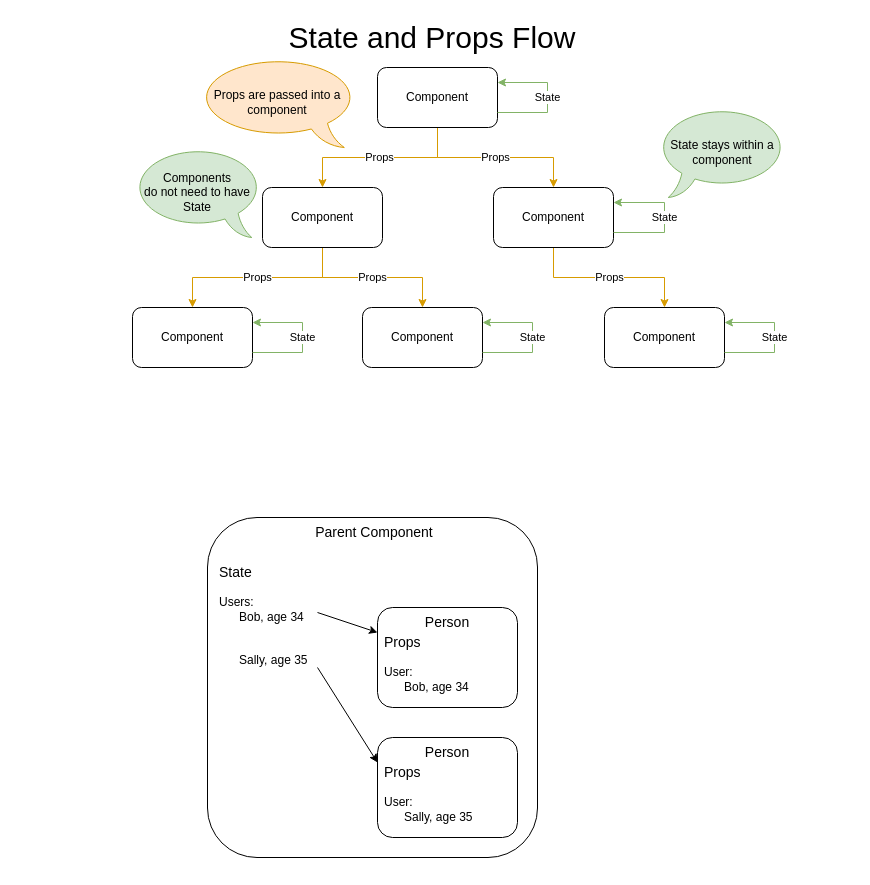
pgeeh/first-to-react keeps this draw.io diagram as page "Components" (1 of 2) of diagrams/diagrams.drawio. Above is the earlier version. Source tidied: cells renumbered, new cells numbered last; positions are measured from the earlier drawing's top-left corner, leaving out a move shared by most shapes. Both pictures are drawn from the tidied source at 100%, with x=0, y=0 at pixel (132, 17).
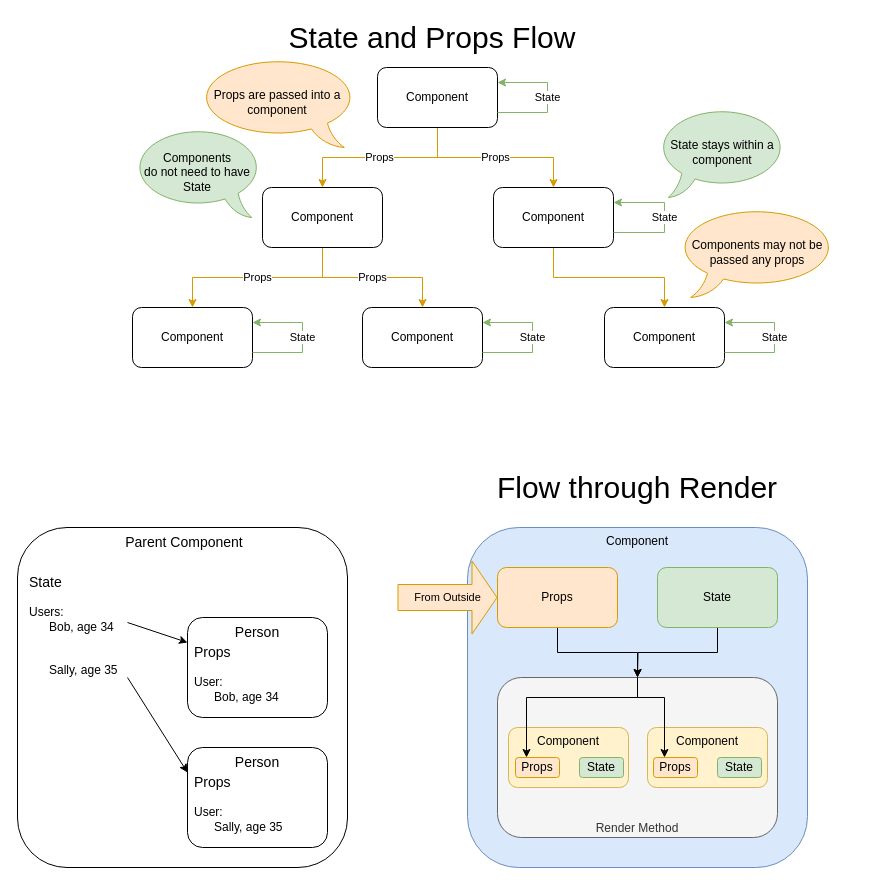
The same page after the edit.

The change refers to these unchanged cells:
```xml
<mxCell id="6" value="Component" style="rounded=1;whiteSpace=wrap;html=1;" parent="1" vertex="1">
  <mxGeometry x="361" y="170" width="120" height="60" as="geometry" />
</mxCell>
<mxCell id="11" value="Component" style="rounded=1;whiteSpace=wrap;html=1;" parent="1" vertex="1">
  <mxGeometry x="472" y="290" width="120" height="60" as="geometry" />
</mxCell>
```

What changed in the source:
```diff
@@
-    <mxCell id="5" value="Props" style="edgeStyle=orthogonalEdgeStyle;rounded=0;jettySize=auto;html=1;fillColor=#ffe6cc;strokeColor=#d79b00;" parent="1" edge="1" source="6" target="11">
+    <mxCell id="5" style="edgeStyle=orthogonalEdgeStyle;rounded=0;jettySize=auto;html=1;fillColor=#ffe6cc;strokeColor=#d79b00;" parent="1" edge="1" source="6" target="11">
       <mxGeometry relative="1" as="geometry" />
     </mxCell>
@@
     <mxCell id="21" value="&amp;nbsp;Parent Component" style="rounded=1;whiteSpace=wrap;html=1;verticalAlign=top;fontSize=14;" parent="1" vertex="1">
-      <mxGeometry x="75" y="500" width="330" height="340" as="geometry" />
+      <mxGeometry x="-115" y="510" width="330" height="340" as="geometry" />
     </mxCell>
     <mxCell id="22" value="Person" style="rounded=1;whiteSpace=wrap;html=1;verticalAlign=top;fontSize=14;" parent="1" vertex="1">
-      <mxGeometry x="245" y="590" width="140" height="100" as="geometry" />
+      <mxGeometry x="55" y="600" width="140" height="100" as="geometry" />
     </mxCell>
     <mxCell id="23" value="&lt;font style=&quot;font-size: 14px&quot;&gt;State&lt;/font&gt;&lt;br&gt;&lt;br&gt;Users:&amp;nbsp;&lt;br&gt;&amp;nbsp; &amp;nbsp; &amp;nbsp; Bob, age 34&lt;br&gt;&lt;br&gt;&lt;br&gt;&amp;nbsp; &amp;nbsp; &amp;nbsp; Sally, age 35" style="text;html=1;strokeColor=none;fillColor=none;align=left;verticalAlign=top;whiteSpace=wrap;rounded=0;" parent="1" vertex="1">
-      <mxGeometry x="85" y="540" width="100" height="110" as="geometry" />
+      <mxGeometry x="-105" y="550" width="100" height="110" as="geometry" />
     </mxCell>
     <mxCell id="24" value="Person" style="rounded=1;whiteSpace=wrap;html=1;verticalAlign=top;fontSize=14;" parent="1" vertex="1">
-      <mxGeometry x="245" y="720" width="140" height="100" as="geometry" />
+      <mxGeometry x="55" y="730" width="140" height="100" as="geometry" />
     </mxCell>
@@
     <mxCell id="27" value="&lt;font style=&quot;font-size: 14px&quot;&gt;Props&lt;/font&gt;&lt;br&gt;&lt;br&gt;User:&amp;nbsp;&lt;br&gt;&amp;nbsp; &amp;nbsp; &amp;nbsp; Bob, age 34" style="text;html=1;strokeColor=none;fillColor=none;align=left;verticalAlign=top;whiteSpace=wrap;rounded=0;" parent="1" vertex="1">
-      <mxGeometry x="250" y="610" width="100" height="70" as="geometry" />
+      <mxGeometry x="60" y="620" width="100" height="70" as="geometry" />
     </mxCell>
     <mxCell id="28" value="&lt;font style=&quot;font-size: 14px&quot;&gt;Props&lt;/font&gt;&lt;br&gt;&lt;br&gt;User:&amp;nbsp;&lt;br&gt;&amp;nbsp; &amp;nbsp; &amp;nbsp; Sally, age 35" style="text;html=1;strokeColor=none;fillColor=none;align=left;verticalAlign=top;whiteSpace=wrap;rounded=0;" parent="1" vertex="1">
-      <mxGeometry x="250" y="740" width="100" height="70" as="geometry" />
+      <mxGeometry x="60" y="750" width="100" height="70" as="geometry" />
     </mxCell>
     <mxCell id="29" value="Components &lt;br&gt;do not need to have State" style="whiteSpace=wrap;html=1;shape=mxgraph.basic.oval_callout;fillColor=#d5e8d4;strokeColor=#82b366;flipH=1;" parent="1" vertex="1">
-      <mxGeometry y="130" width="130" height="90" as="geometry" />
+      <mxGeometry y="110" width="130" height="90" as="geometry" />
     </mxCell>
+    <mxCell id="30" value="Components may not be passed any props" style="whiteSpace=wrap;html=1;shape=mxgraph.basic.oval_callout;flipH=0;fillColor=#ffe6cc;strokeColor=#d79b00;" parent="1" vertex="1">
+      <mxGeometry x="545" y="190" width="160" height="90" as="geometry" />
+    </mxCell>
+    <mxCell id="31" value="Component" style="rounded=1;whiteSpace=wrap;html=1;verticalAlign=top;fillColor=#dae8fc;strokeColor=#6c8ebf;" parent="1" vertex="1">
+      <mxGeometry x="335" y="510" width="340" height="340" as="geometry" />
+    </mxCell>
+    <mxCell id="32" style="edgeStyle=orthogonalEdgeStyle;rounded=0;jettySize=auto;html=1;entryX=0.5;entryY=0;entryDx=0;entryDy=0;" parent="1" edge="1" source="33" target="37">
+      <mxGeometry relative="1" as="geometry" />
+    </mxCell>
+    <mxCell id="33" value="Props" style="rounded=1;whiteSpace=wrap;html=1;fillColor=#ffe6cc;strokeColor=#d79b00;" parent="1" vertex="1">
+      <mxGeometry x="365" y="550" width="120" height="60" as="geometry" />
+    </mxCell>
+    <mxCell id="34" value="From Outside" style="shape=flexArrow;endArrow=classic;html=1;entryX=0;entryY=0.5;entryDx=0;entryDy=0;endWidth=46;endSize=8;width=26;fillColor=#ffe6cc;strokeColor=#d79b00;labelBackgroundColor=none;" parent="1" edge="1" target="33">
+      <mxGeometry relative="1" as="geometry">
+        <mxPoint x="265" y="580" as="sourcePoint" />
+      </mxGeometry>
+    </mxCell>
+    <mxCell id="35" style="edgeStyle=orthogonalEdgeStyle;rounded=0;jettySize=auto;html=1;exitX=0.5;exitY=1;exitDx=0;exitDy=0;" parent="1" edge="1" source="36">
+      <mxGeometry relative="1" as="geometry">
+        <mxPoint x="505" y="660" as="targetPoint" />
+      </mxGeometry>
+    </mxCell>
+    <mxCell id="36" value="State" style="rounded=1;whiteSpace=wrap;html=1;fillColor=#d5e8d4;strokeColor=#82b366;" parent="1" vertex="1">
+      <mxGeometry x="525" y="550" width="120" height="60" as="geometry" />
+    </mxCell>
+    <mxCell id="37" value="Render Method" style="rounded=1;whiteSpace=wrap;html=1;verticalAlign=bottom;fillColor=#f5f5f5;strokeColor=#666666;fontColor=#333333;align=center;" parent="1" vertex="1">
+      <mxGeometry x="365" y="660" width="280" height="160" as="geometry" />
+    </mxCell>
+    <mxCell id="38" value="Component" style="rounded=1;whiteSpace=wrap;html=1;verticalAlign=top;fillColor=#fff2cc;strokeColor=#d6b656;" parent="1" vertex="1">
+      <mxGeometry x="515" y="710" width="120" height="60" as="geometry" />
+    </mxCell>
+    <mxCell id="39" value="Props" style="rounded=1;whiteSpace=wrap;html=1;fillColor=#ffe6cc;strokeColor=#d79b00;" parent="1" vertex="1">
+      <mxGeometry x="521" y="740" width="44" height="20" as="geometry" />
+    </mxCell>
+    <mxCell id="40" value="State" style="rounded=1;whiteSpace=wrap;html=1;fillColor=#d5e8d4;strokeColor=#82b366;" parent="1" vertex="1">
+      <mxGeometry x="585" y="740" width="44" height="20" as="geometry" />
+    </mxCell>
+    <mxCell id="41" value="Component" style="rounded=1;whiteSpace=wrap;html=1;verticalAlign=top;fillColor=#fff2cc;strokeColor=#d6b656;" parent="1" vertex="1">
+      <mxGeometry x="376" y="710" width="120" height="60" as="geometry" />
+    </mxCell>
+    <mxCell id="42" value="Props" style="rounded=1;whiteSpace=wrap;html=1;fillColor=#ffe6cc;strokeColor=#d79b00;" parent="1" vertex="1">
+      <mxGeometry x="383" y="740" width="44" height="20" as="geometry" />
+    </mxCell>
+    <mxCell id="43" value="State" style="rounded=1;whiteSpace=wrap;html=1;fillColor=#d5e8d4;strokeColor=#82b366;" parent="1" vertex="1">
+      <mxGeometry x="447" y="740" width="44" height="20" as="geometry" />
+    </mxCell>
+    <mxCell id="44" style="edgeStyle=orthogonalEdgeStyle;rounded=0;jettySize=auto;html=1;exitX=0.5;exitY=0;exitDx=0;exitDy=0;entryX=0.25;entryY=0;entryDx=0;entryDy=0;labelBackgroundColor=none;" parent="1" edge="1" source="37" target="42">
+      <mxGeometry relative="1" as="geometry">
+        <Array as="points">
+          <mxPoint x="505" y="680" />
+          <mxPoint x="394" y="680" />
+        </Array>
+      </mxGeometry>
+    </mxCell>
+    <mxCell id="45" style="edgeStyle=orthogonalEdgeStyle;rounded=0;jettySize=auto;html=1;exitX=0.5;exitY=0;exitDx=0;exitDy=0;entryX=0.25;entryY=0;entryDx=0;entryDy=0;labelBackgroundColor=none;" parent="1" edge="1" source="37" target="39">
+      <mxGeometry relative="1" as="geometry">
+        <Array as="points">
+          <mxPoint x="505" y="680" />
+          <mxPoint x="532" y="680" />
+        </Array>
+      </mxGeometry>
+    </mxCell>
+    <mxCell id="46" value="Flow through Render" style="text;html=1;strokeColor=none;fillColor=none;align=center;verticalAlign=middle;whiteSpace=wrap;rounded=0;fontSize=30;" parent="1" vertex="1">
+      <mxGeometry x="290" y="450" width="430" height="40" as="geometry" />
+    </mxCell>
```
